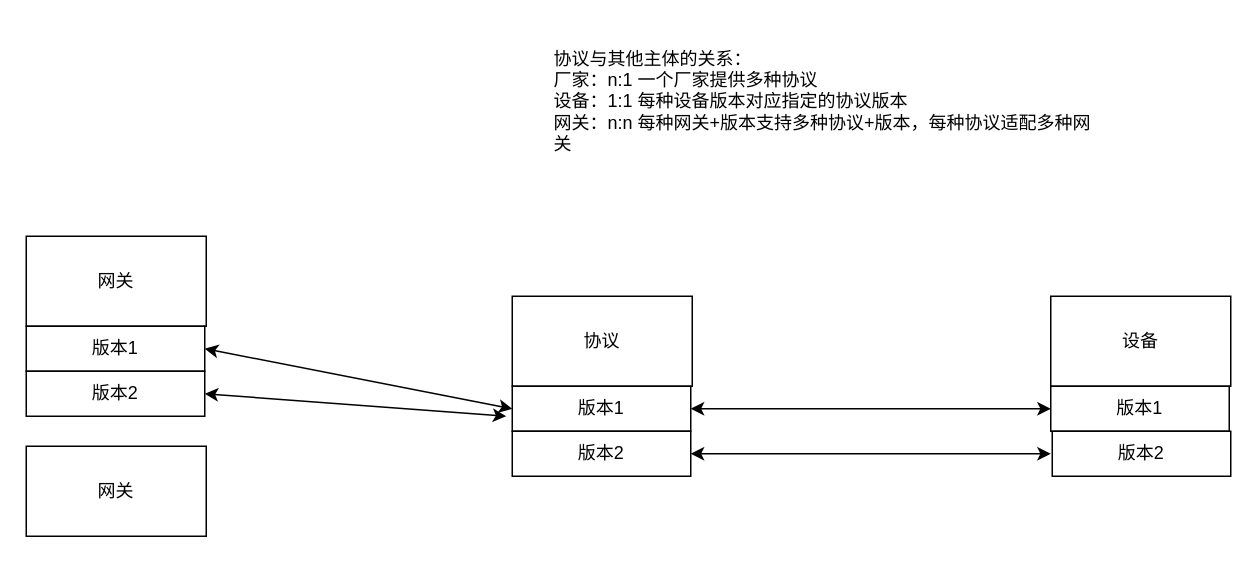
foreverfirst/draw keeps this draw.io diagram as 协议列表结构梳理.drawio. Above is the earlier version. Source tidied: cells renumbered, new cells numbered last; positions are measured from the earlier drawing's top-left corner, leaving out a move shared by most shapes. Both pictures are drawn from the tidied source at 150%, with x=0, y=0 at pixel (26, 26).
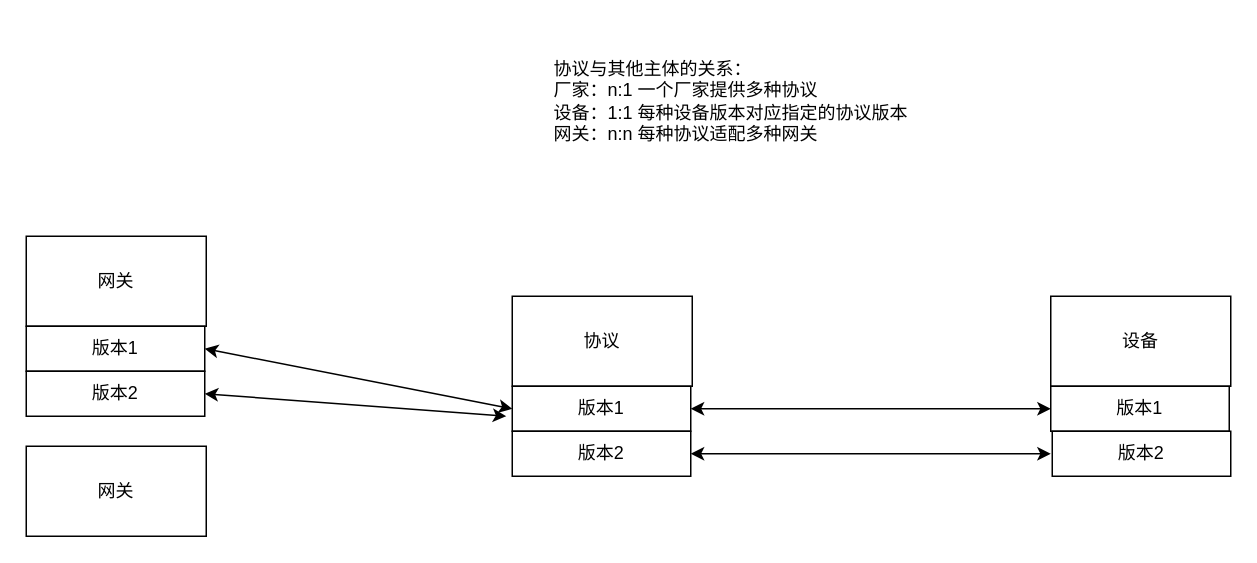
The same page after the edit.

Commit message (it also covers changes not shown here):
更新协议列表结构梳理.drawio

Diff of the diagram source:
```diff
@@
 <mxGraphModel>
   <root>
     <mxCell id="0" />
     <mxCell id="1" parent="0" />
     <mxCell id="2" value="协议" style="rounded=0;whiteSpace=wrap;html=1;" parent="1" vertex="1">
       <mxGeometry x="324" y="180" width="120" height="60" as="geometry" />
     </mxCell>
     <mxCell id="3" value="版本1" style="rounded=0;whiteSpace=wrap;html=1;" parent="1" vertex="1">
       <mxGeometry x="324" y="240" width="119" height="30" as="geometry" />
     </mxCell>
     <mxCell id="4" value="版本2" style="rounded=0;whiteSpace=wrap;html=1;" parent="1" vertex="1">
       <mxGeometry x="324" y="270" width="119" height="30" as="geometry" />
     </mxCell>
     <mxCell id="5" value="设备" style="rounded=0;whiteSpace=wrap;html=1;" parent="1" vertex="1">
       <mxGeometry x="683" y="180" width="120" height="60" as="geometry" />
     </mxCell>
     <mxCell id="6" value="版本1" style="rounded=0;whiteSpace=wrap;html=1;" parent="1" vertex="1">
       <mxGeometry x="683" y="240" width="119" height="30" as="geometry" />
     </mxCell>
     <mxCell id="7" value="版本2" style="rounded=0;whiteSpace=wrap;html=1;" parent="1" vertex="1">
       <mxGeometry x="684" y="270" width="119" height="30" as="geometry" />
     </mxCell>
     <mxCell id="8" style="endArrow=classic;startArrow=classic;html=1;rounded=0;entryX=0;entryY=0.5;entryDx=0;entryDy=0;" parent="1" edge="1" target="6">
       <mxGeometry relative="1" as="geometry">
         <mxPoint x="443" y="255" as="sourcePoint" />
       </mxGeometry>
     </mxCell>
     <mxCell id="9" style="endArrow=classic;startArrow=classic;html=1;rounded=0;exitX=1;exitY=0.5;exitDx=0;exitDy=0;" parent="1" edge="1" source="4">
       <mxGeometry relative="1" as="geometry">
         <mxPoint x="683" y="285" as="targetPoint" />
       </mxGeometry>
     </mxCell>
     <mxCell id="10" value="网关" style="rounded=0;whiteSpace=wrap;html=1;" parent="1" vertex="1">
       <mxGeometry y="140" width="120" height="60" as="geometry" />
     </mxCell>
     <mxCell id="11" value="网关" style="rounded=0;whiteSpace=wrap;html=1;" parent="1" vertex="1">
       <mxGeometry y="280" width="120" height="60" as="geometry" />
     </mxCell>
     <mxCell id="12" value="版本1" style="rounded=0;whiteSpace=wrap;html=1;" parent="1" vertex="1">
       <mxGeometry y="200" width="119" height="30" as="geometry" />
     </mxCell>
     <mxCell id="13" value="版本2" style="rounded=0;whiteSpace=wrap;html=1;" parent="1" vertex="1">
       <mxGeometry y="230" width="119" height="30" as="geometry" />
     </mxCell>
     <mxCell id="14" style="endArrow=classic;startArrow=classic;html=1;rounded=0;exitX=1;exitY=0.5;exitDx=0;exitDy=0;entryX=0;entryY=0.5;entryDx=0;entryDy=0;" parent="1" edge="1" source="12" target="3">
       <mxGeometry relative="1" as="geometry" />
     </mxCell>
     <mxCell id="15" style="endArrow=classic;startArrow=classic;html=1;rounded=0;exitX=1;exitY=0.5;exitDx=0;exitDy=0;" parent="1" edge="1" source="13">
       <mxGeometry relative="1" as="geometry">
         <mxPoint x="320" y="260" as="targetPoint" />
       </mxGeometry>
     </mxCell>
-    <mxCell id="16" value="协议与其他主体的关系：&lt;br&gt;厂家：n:1 一个厂家提供多种协议&lt;br&gt;&lt;div style=&quot;&quot;&gt;&lt;span style=&quot;background-color: initial;&quot;&gt;设备：1:1 每种设备版本对应指定的协议版本&lt;/span&gt;&lt;/div&gt;&lt;div style=&quot;&quot;&gt;网关：n:n 每种网关+版本支持多种协议+版本，每种协议适配多种网关&lt;/div&gt;" style="text;html=1;strokeColor=none;fillColor=none;align=left;verticalAlign=middle;whiteSpace=wrap;rounded=0;" parent="1" vertex="1">
+    <mxCell id="16" value="协议与其他主体的关系：&lt;br&gt;厂家：n:1 一个厂家提供多种协议&lt;br&gt;&lt;div style=&quot;&quot;&gt;&lt;span style=&quot;background-color: initial;&quot;&gt;设备：1:1 每种设备版本对应指定的协议版本&lt;/span&gt;&lt;/div&gt;&lt;div style=&quot;&quot;&gt;网关：n:n 每种协议适配多种网关&lt;/div&gt;" style="text;html=1;strokeColor=none;fillColor=none;align=left;verticalAlign=middle;whiteSpace=wrap;rounded=0;" parent="1" vertex="1">
       <mxGeometry x="350" width="370" height="100" as="geometry" />
     </mxCell>
   </root>
 </mxGraphModel>
```
